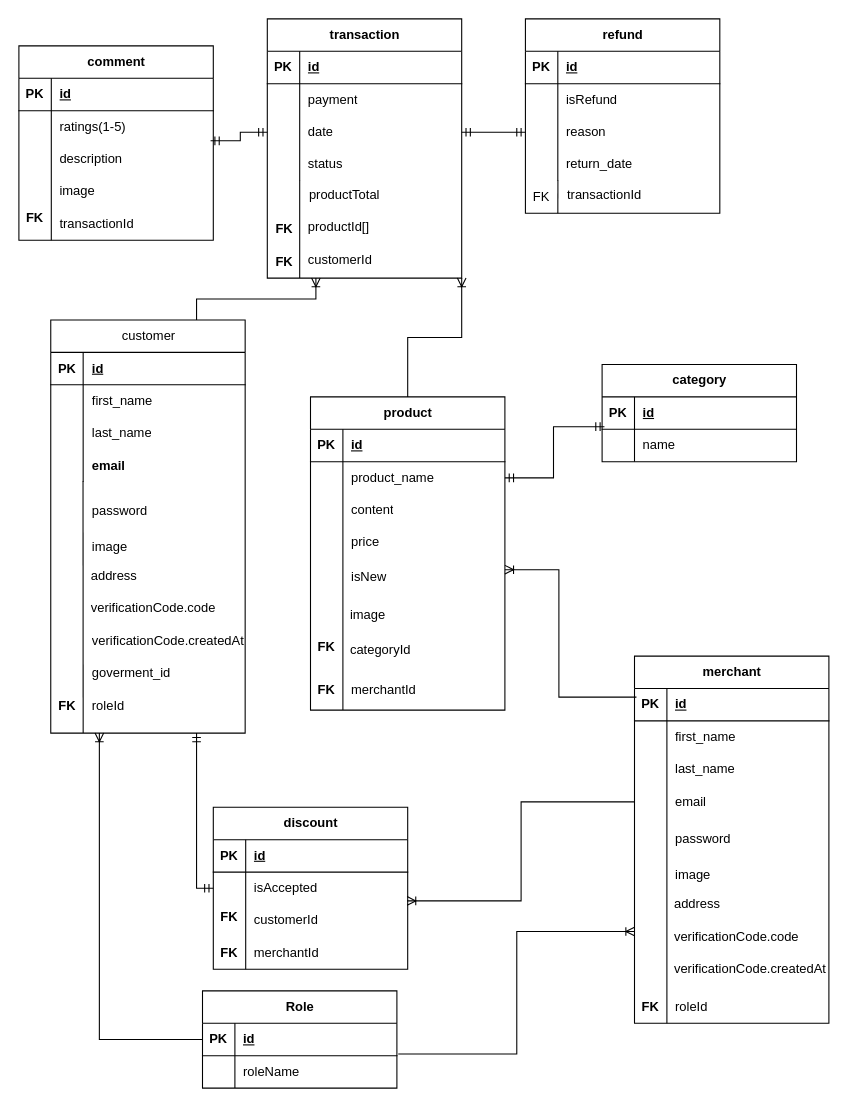
This is erd.drawio from XPAY-Worldwide-Corporation/cadet-capstone-ecom, a draw.io file, before an edit. Source tidied: cells renumbered, new cells numbered last; positions are measured from the earlier drawing's top-left corner, leaving out a move shared by most shapes. Both pictures are drawn from the tidied source at 108%, with x=0, y=0 at pixel (18, 18).
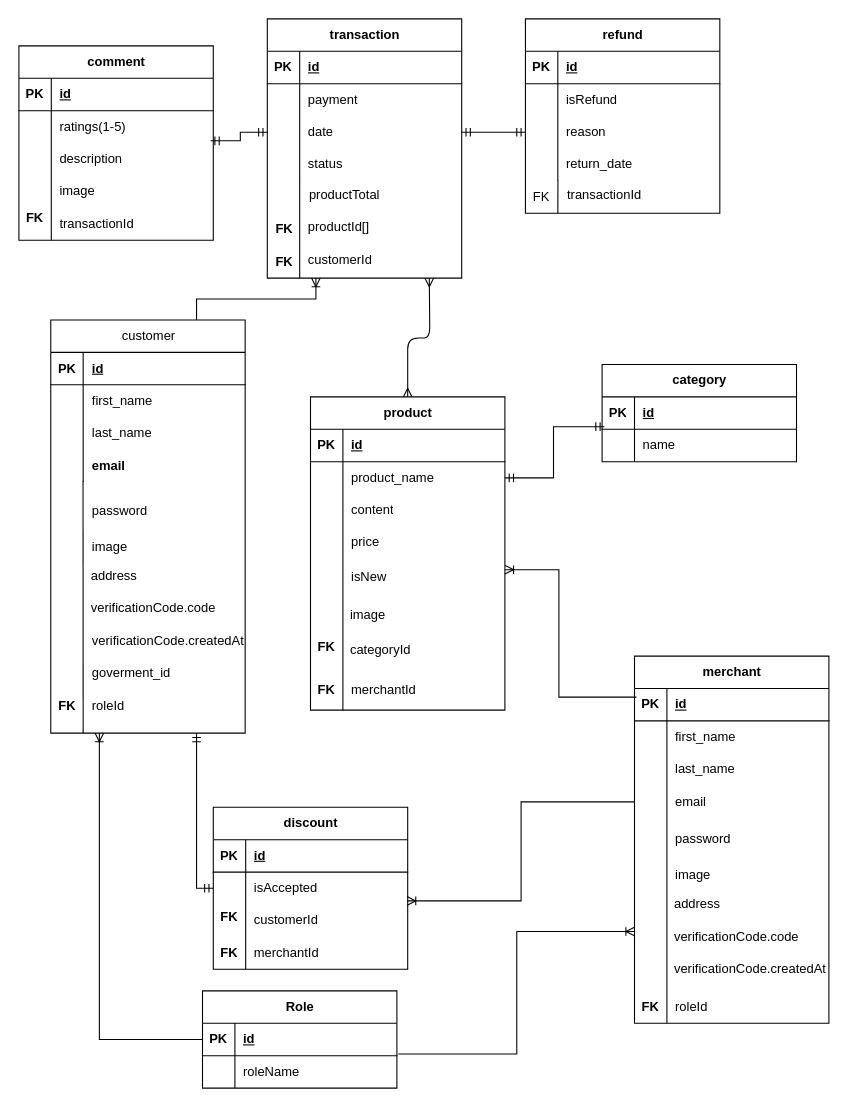
The same page after the edit.

The change refers to these unchanged cells:
```xml
<mxCell id="3" value="product" style="shape=table;startSize=30;childLayout=tableLayout;rowLines=0;fontStyle=1;align=center;html=1;" parent="1" vertex="1">
  <mxGeometry x="270" y="350" width="180" height="290" as="geometry" />
</mxCell>
<mxCell id="26" value="transaction" style="shape=table;startSize=30;childLayout=tableLayout;rowLines=0;fontStyle=1;align=center;html=1;" parent="1" vertex="1">
  <mxGeometry x="230" width="180" height="240" as="geometry" />
</mxCell>
```

The edit, as a diff of the source:
```diff
@@
-    <mxCell id="84" style="edgeStyle=orthogonalEdgeStyle;fontSize=12;html=1;endArrow=ERoneToMany;rounded=0;exitX=0.5;exitY=0;exitDx=0;exitDy=0;elbow=vertical;entryX=1;entryY=1;entryDx=0;entryDy=0;" parent="1" edge="1" source="3" target="26">
-      <mxGeometry relative="1" as="geometry" />
-    </mxCell>
@@
+    <mxCell id="162" style="edgeStyle=orthogonalEdgeStyle;fontSize=12;html=1;endArrow=ERmany;startArrow=ERmany;exitX=0.5;exitY=0;exitDx=0;exitDy=0;" parent="1" edge="1" source="3">
+      <mxGeometry relative="1" as="geometry">
+        <mxPoint x="380" y="240" as="targetPoint" />
+      </mxGeometry>
+    </mxCell>
```
